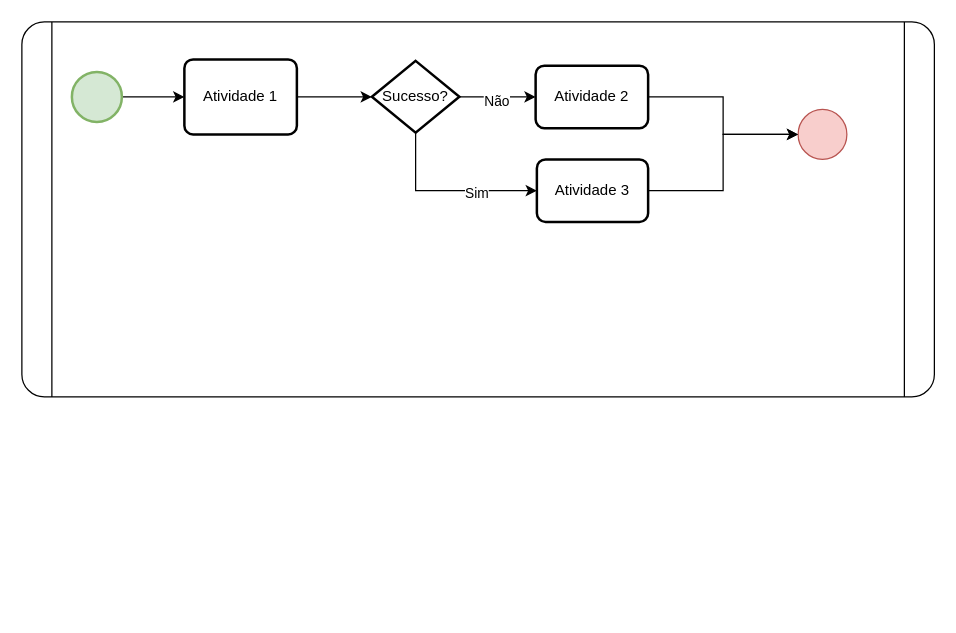
Earlier version of the draw.io diagram TypeScriptEditor/CodeWorker_Worker.drawio (talesxavier1/Arquivos). Source tidied: cells renumbered, new cells numbered last; positions are measured from the earlier drawing's top-left corner, leaving out a move shared by most shapes. Both pictures are drawn from the tidied source at 125%, with x=0, y=0 at pixel (21, 21).
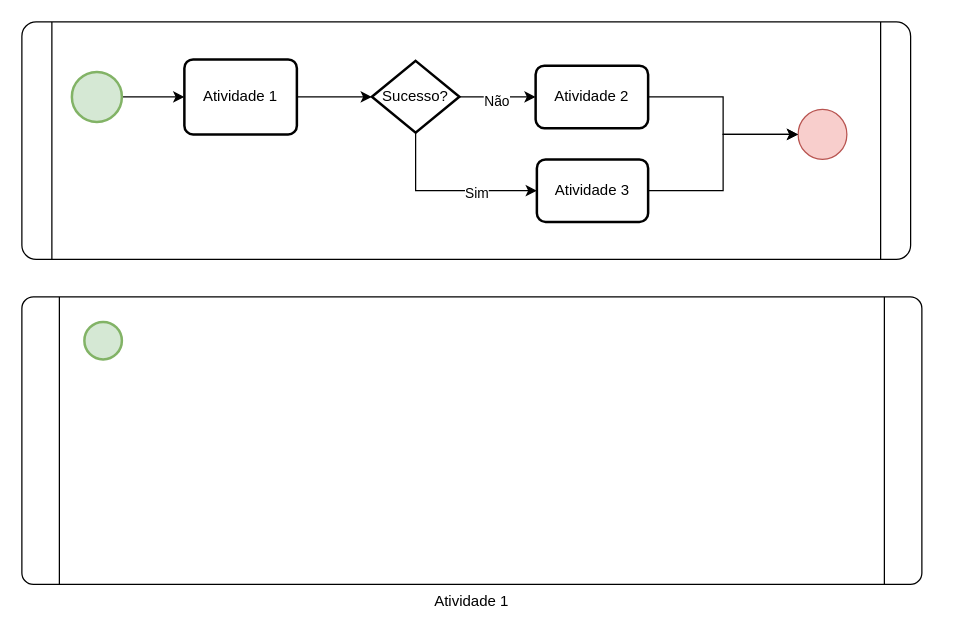
The same diagram, later.

Change to the diagram source:
```diff
@@
     <mxCell id="2" style="verticalLabelPosition=bottom;verticalAlign=top;html=1;shape=process;whiteSpace=wrap;rounded=1;size=0.03333333333333333;arcSize=6;" parent="1" vertex="1">
-      <mxGeometry width="730" height="300" as="geometry" />
+      <mxGeometry width="711" height="190" as="geometry" />
     </mxCell>
@@
+    <mxCell id="17" value="Atividade 1" style="verticalLabelPosition=bottom;verticalAlign=top;html=1;shape=process;whiteSpace=wrap;rounded=1;size=0.041666666666666664;arcSize=4;horizontal=1;" parent="1" vertex="1">
+      <mxGeometry y="220" width="720" height="230" as="geometry" />
+    </mxCell>
+    <mxCell id="18" style="strokeWidth=2;html=1;shape=mxgraph.flowchart.start_1;whiteSpace=wrap;fillColor=#d5e8d4;strokeColor=#82b366;" parent="1" vertex="1">
+      <mxGeometry x="50" y="240" width="30" height="30" as="geometry" />
+    </mxCell>
```
